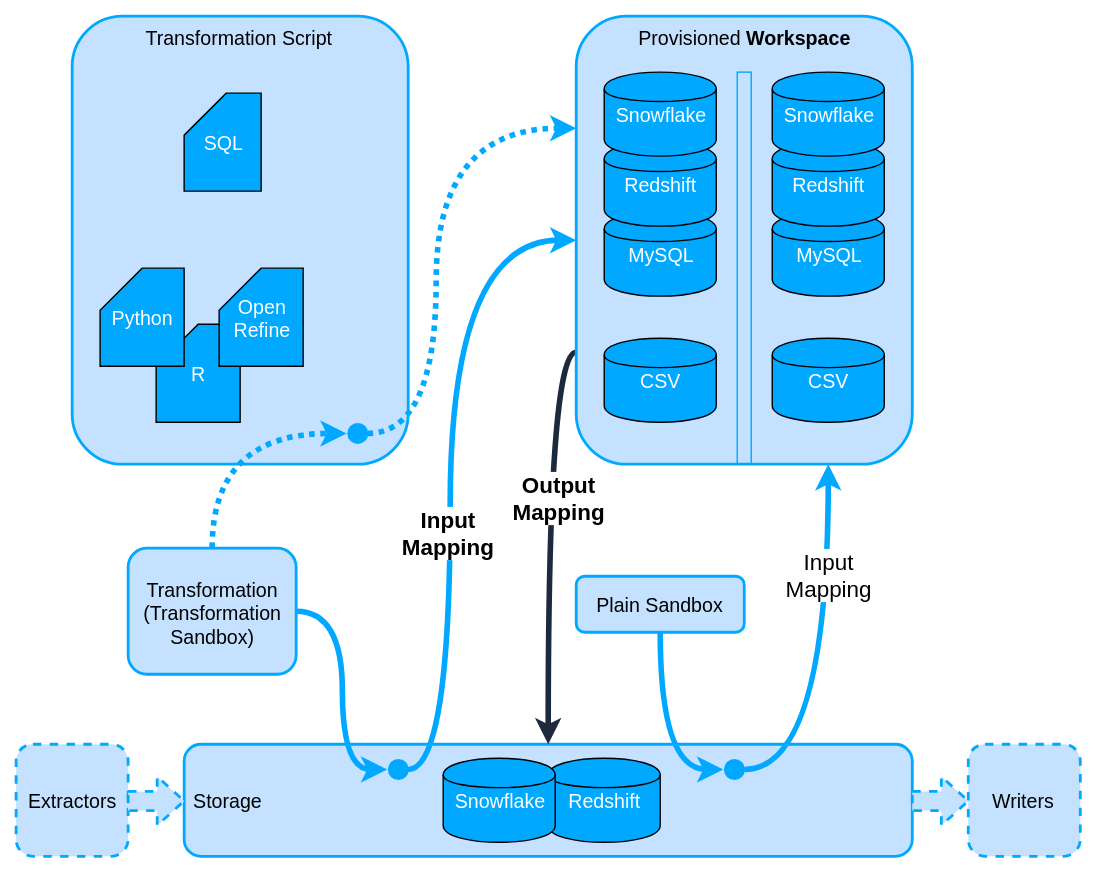
Earlier version of the draw.io export manipulation/transformations/transformations-schema.svg (keboola/connection-docs). Source tidied: cells renumbered, new cells last; positions are measured from the earlier drawing's top-left corner, leaving out a move shared by most shapes.
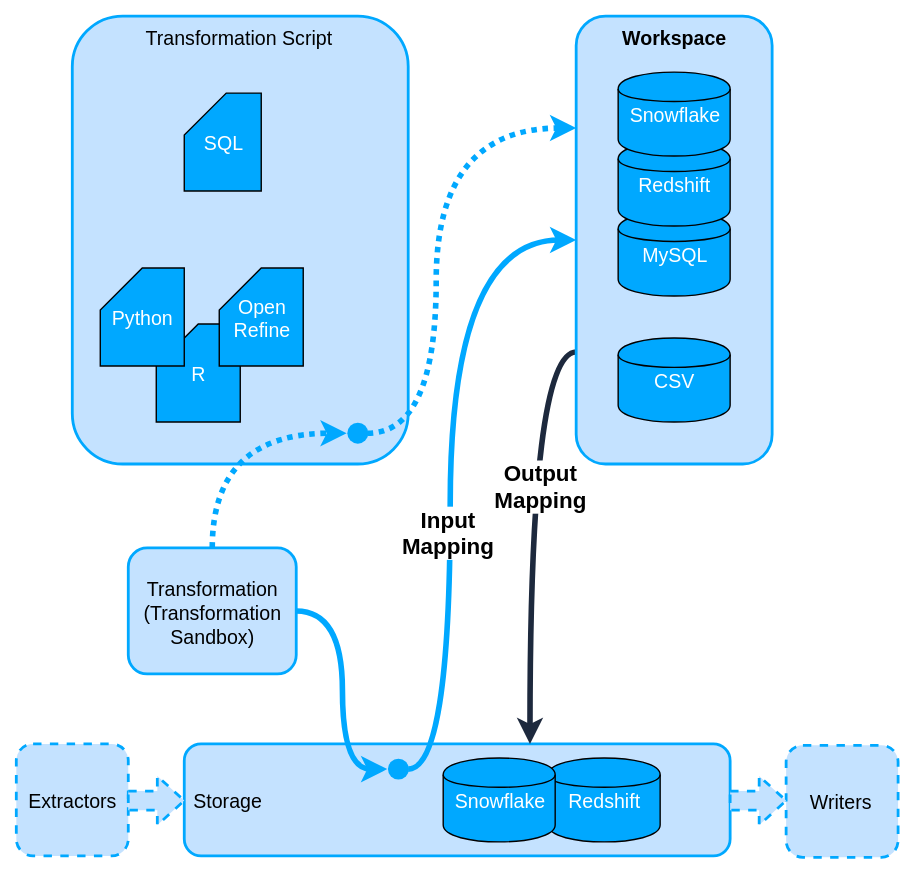
Later version of the same file.

Change to the diagram source:
```diff
@@ -3,44 +3,44 @@
     <mxCell id="0" />
     <mxCell id="1" parent="0" />
     <mxCell id="2" value="&amp;nbsp;Storage" style="whiteSpace=wrap;html=1;fillColor=#C4E2FF;fontSize=14;fontColor=#000000;rounded=1;strokeWidth=2;strokeColor=#00A8FF;align=left;labelPosition=center;verticalLabelPosition=middle;verticalAlign=middle;" parent="1" vertex="1">
-      <mxGeometry x="120" y="520" width="520" height="80" as="geometry" />
+      <mxGeometry x="120" y="520" width="390" height="80" as="geometry" />
     </mxCell>
     <mxCell id="3" value="Redshift" style="shape=cylinder;whiteSpace=wrap;html=1;fillColor=#00A8FF;fontSize=14;fontColor=#FFFFFF;" parent="1" vertex="1">
       <mxGeometry x="380" y="530" width="80" height="60" as="geometry" />
     </mxCell>
-    <mxCell id="4" style="edgeStyle=orthogonalEdgeStyle;curved=1;html=1;jettySize=auto;strokeWidth=4;fontSize=14;fontColor=#FFFFFF;exitX=0;exitY=0.75;strokeColor=#1D293D;entryX=0.5;entryY=0;" parent="1" edge="1" source="6" target="2">
+    <mxCell id="4" style="edgeStyle=orthogonalEdgeStyle;curved=1;html=1;jettySize=auto;strokeWidth=4;fontSize=14;fontColor=#FFFFFF;exitX=0;exitY=0.75;strokeColor=#1D293D;entryX=0.633;entryY=0;entryPerimeter=0;" parent="1" edge="1" source="6" target="2">
       <mxGeometry relative="1" as="geometry">
         <Array as="points">
-          <mxPoint x="380" y="240" />
+          <mxPoint x="367" y="240" />
         </Array>
       </mxGeometry>
     </mxCell>
     <mxCell id="5" value="Output&lt;div&gt;Mapping&lt;/div&gt;" style="text;html=1;align=center;verticalAlign=middle;labelBackgroundColor=#ffffff;fontSize=16;fontColor=#000000;fontStyle=1;" parent="4" vertex="1">
       <mxGeometry x="-0.18" y="7" relative="1" as="geometry" />
     </mxCell>
-    <mxCell id="6" value="&lt;div style=&quot;text-align: center&quot;&gt;Provisioned &lt;b&gt;Workspace&lt;/b&gt;&lt;/div&gt;" style="whiteSpace=wrap;html=1;fillColor=#C4E2FF;fontSize=14;fontColor=#000000;align=center;verticalAlign=top;rounded=1;strokeWidth=2;strokeColor=#00A8FF;" parent="1" vertex="1">
-      <mxGeometry x="400" width="240" height="320" as="geometry" />
+    <mxCell id="6" value="&lt;div style=&quot;text-align: center&quot;&gt;&lt;b&gt;Workspace&lt;/b&gt;&lt;/div&gt;" style="whiteSpace=wrap;html=1;fillColor=#C4E2FF;fontSize=14;fontColor=#000000;align=center;verticalAlign=top;rounded=1;strokeWidth=2;strokeColor=#00A8FF;" parent="1" vertex="1">
+      <mxGeometry x="400" width="140" height="320" as="geometry" />
     </mxCell>
     <mxCell id="7" value="Transformation Script" style="whiteSpace=wrap;html=1;fillColor=#c4e2ff;fontSize=14;fontColor=#000000;labelPosition=center;verticalLabelPosition=middle;align=center;verticalAlign=top;rounded=1;strokeWidth=2;strokeColor=#00A8FF;" parent="1" vertex="1">
       <mxGeometry x="40" width="240" height="320" as="geometry" />
     </mxCell>
     <mxCell id="8" value="&lt;div&gt;CSV&lt;/div&gt;" style="shape=cylinder;whiteSpace=wrap;html=1;fillColor=#00A8FF;fontSize=14;fontColor=#FFFFFF;" parent="1" vertex="1">
-      <mxGeometry x="420" y="230" width="80" height="60" as="geometry" />
+      <mxGeometry x="430" y="230" width="80" height="60" as="geometry" />
     </mxCell>
     <mxCell id="9" value="MySQL" style="shape=cylinder;whiteSpace=wrap;html=1;fillColor=#00A8FF;fontSize=14;fontColor=#FFFFFF;verticalAlign=middle;labelPosition=center;verticalLabelPosition=middle;align=center;" parent="1" vertex="1">
-      <mxGeometry x="420" y="140" width="80" height="60" as="geometry" />
+      <mxGeometry x="430" y="140" width="80" height="60" as="geometry" />
     </mxCell>
     <mxCell id="10" value="Redshift" style="shape=cylinder;whiteSpace=wrap;html=1;fillColor=#00A8FF;fontSize=14;fontColor=#FFFFFF;" parent="1" vertex="1">
-      <mxGeometry x="420" y="90" width="80" height="60" as="geometry" />
+      <mxGeometry x="430" y="90" width="80" height="60" as="geometry" />
     </mxCell>
     <mxCell id="11" value="Snowflake" style="shape=cylinder;whiteSpace=wrap;html=1;fillColor=#00A8FF;fontSize=14;fontColor=#FFFFFF;" parent="1" vertex="1">
-      <mxGeometry x="420" y="40" width="80" height="60" as="geometry" />
+      <mxGeometry x="430" y="40" width="80" height="60" as="geometry" />
     </mxCell>
     <mxCell id="12" value="Extractors" style="whiteSpace=wrap;html=1;fillColor=#C4E2FF;fontSize=14;fontColor=#000000;strokeColor=#00A8FF;rounded=1;strokeWidth=2;dashed=1;" parent="1" vertex="1">
       <mxGeometry y="520" width="80" height="80" as="geometry" />
     </mxCell>
     <mxCell id="13" value="Writers" style="whiteSpace=wrap;html=1;fillColor=#C4E2FF;fontSize=14;fontColor=#000000;strokeColor=#00A8FF;rounded=1;strokeWidth=2;dashed=1;" parent="1" vertex="1">
-      <mxGeometry x="680" y="520" width="80" height="80" as="geometry" />
+      <mxGeometry x="550" y="521" width="80" height="80" as="geometry" />
     </mxCell>
     <mxCell id="14" style="edgeStyle=orthogonalEdgeStyle;curved=1;html=1;entryX=0;entryY=0.5;jettySize=auto;strokeWidth=4;fontSize=14;fontColor=#FFFFFF;strokeColor=#00A8FF;" parent="1" edge="1" source="16" target="31">
       <mxGeometry relative="1" as="geometry">
@@ -56,24 +56,6 @@
     <mxCell id="16" value="Transformation&lt;div&gt;(Transformation&lt;/div&gt;&lt;div&gt;Sandbox)&lt;/div&gt;" style="whiteSpace=wrap;html=1;fillColor=#C4E2FF;fontSize=14;fontColor=#000000;rounded=1;strokeWidth=2;strokeColor=#00A8FF;" parent="1" vertex="1">
       <mxGeometry x="80" y="380" width="120" height="90" as="geometry" />
     </mxCell>
-    <mxCell id="17" style="edgeStyle=orthogonalEdgeStyle;curved=1;html=1;jettySize=auto;strokeWidth=4;fontSize=14;fontColor=#FFFFFF;entryX=0;entryY=0.5;strokeColor=#00A8FF;" parent="1" edge="1" source="18" target="36">
-      <mxGeometry relative="1" as="geometry" />
-    </mxCell>
-    <mxCell id="18" value="Plain Sandbox" style="whiteSpace=wrap;html=1;fillColor=#C4E2FF;fontSize=14;fontColor=#000000;rounded=1;strokeColor=#00A8FF;strokeWidth=2;" parent="1" vertex="1">
-      <mxGeometry x="400" y="400" width="120" height="40" as="geometry" />
-    </mxCell>
-    <mxCell id="19" value="&lt;div&gt;CSV&lt;/div&gt;" style="shape=cylinder;whiteSpace=wrap;html=1;fillColor=#00A8FF;fontSize=14;fontColor=#FFFFFF;" parent="1" vertex="1">
-      <mxGeometry x="540" y="230" width="80" height="60" as="geometry" />
-    </mxCell>
-    <mxCell id="20" value="MySQL" style="shape=cylinder;whiteSpace=wrap;html=1;fillColor=#00A8FF;fontSize=14;fontColor=#FFFFFF;verticalAlign=middle;labelPosition=center;verticalLabelPosition=middle;align=center;" parent="1" vertex="1">
-      <mxGeometry x="540" y="140" width="80" height="60" as="geometry" />
-    </mxCell>
-    <mxCell id="21" value="Redshift" style="shape=cylinder;whiteSpace=wrap;html=1;fillColor=#00A8FF;fontSize=14;fontColor=#FFFFFF;" parent="1" vertex="1">
-      <mxGeometry x="540" y="90" width="80" height="60" as="geometry" />
-    </mxCell>
-    <mxCell id="22" value="Snowflake" style="shape=cylinder;whiteSpace=wrap;html=1;fillColor=#00A8FF;fontSize=14;fontColor=#FFFFFF;" parent="1" vertex="1">
-      <mxGeometry x="540" y="40" width="80" height="60" as="geometry" />
-    </mxCell>
     <mxCell id="23" value="SQL" style="shape=card;whiteSpace=wrap;html=1;fillColor=#00A8FF;fontSize=14;fontColor=#FFFFFF;" parent="1" vertex="1">
       <mxGeometry x="120" y="55" width="55" height="70" as="geometry" />
     </mxCell>
@@ -89,8 +71,11 @@
     <mxCell id="27" value="Open&lt;div&gt;Refine&lt;/div&gt;" style="shape=card;whiteSpace=wrap;html=1;fillColor=#00A8FF;fontSize=14;fontColor=#FFFFFF;" parent="1" vertex="1">
       <mxGeometry x="145" y="180" width="60" height="70" as="geometry" />
     </mxCell>
-    <mxCell id="28" style="edgeStyle=orthogonalEdgeStyle;curved=1;rounded=0;html=1;exitX=0.5;exitY=0;entryX=0.5;entryY=0;jettySize=auto;orthogonalLoop=1;fontSize=14;fontColor=#FFFFFF;" parent="1" edge="1" source="18" target="18">
-      <mxGeometry relative="1" as="geometry" />
+    <mxCell id="28" style="edgeStyle=orthogonalEdgeStyle;curved=1;rounded=0;html=1;exitX=0.5;exitY=0;entryX=0.5;entryY=0;jettySize=auto;orthogonalLoop=1;fontSize=14;fontColor=#FFFFFF;" parent="1" edge="1">
+      <mxGeometry relative="1" as="geometry">
+        <mxPoint x="460" y="400" as="sourcePoint" />
+        <mxPoint x="460" y="400" as="targetPoint" />
+      </mxGeometry>
     </mxCell>
     <mxCell id="29" style="edgeStyle=orthogonalEdgeStyle;curved=1;html=1;entryX=0;entryY=0.5;jettySize=auto;strokeWidth=4;fontSize=14;fontColor=#FFFFFF;strokeColor=#00A8FF;" parent="1" edge="1" source="31" target="6">
       <mxGeometry relative="1" as="geometry">
@@ -117,20 +102,8 @@
     <mxCell id="33" style="ellipse;whiteSpace=wrap;html=1;fillColor=#00A8FF;fontSize=14;fontColor=#FFFFFF;align=center;rotation=0;strokeColor=none;" parent="1" vertex="1">
       <mxGeometry x="236" y="290" width="15" height="15" as="geometry" />
     </mxCell>
-    <mxCell id="34" style="edgeStyle=orthogonalEdgeStyle;curved=1;html=1;jettySize=auto;strokeWidth=4;fontSize=14;fontColor=#FFFFFF;entryX=0.75;entryY=1;exitX=1;exitY=0.5;strokeColor=#00A8FF;" parent="1" edge="1" source="36" target="6">
-      <mxGeometry relative="1" as="geometry" />
-    </mxCell>
-    <mxCell id="35" value="Input&lt;div&gt;Mapping&lt;/div&gt;" style="text;html=1;align=center;verticalAlign=middle;labelBackgroundColor=#ffffff;fontSize=16;fontColor=#000000;" parent="34" vertex="1">
-      <mxGeometry x="0.44" relative="1" as="geometry" />
-    </mxCell>
-    <mxCell id="36" style="ellipse;whiteSpace=wrap;html=1;fillColor=#00A8FF;fontSize=14;fontColor=#FFFFFF;align=center;rotation=0;strokeColor=none;" parent="1" vertex="1">
-      <mxGeometry x="505" y="530" width="15" height="15" as="geometry" />
-    </mxCell>
-    <mxCell id="37" style="whiteSpace=wrap;html=1;strokeColor=#00A8FF;fillColor=none;fontSize=14;fontColor=#FFFFFF;align=center;" parent="1" vertex="1">
-      <mxGeometry x="515" y="40" width="10" height="280" as="geometry" />
-    </mxCell>
     <mxCell id="38" style="html=1;shadow=0;dashed=1;align=center;verticalAlign=middle;shape=mxgraph.arrows2.arrow;dy=0.61;dx=19.25;notch=0;rounded=1;strokeColor=#00A8FF;strokeWidth=2;fillColor=#C4E2FF;fontSize=14;fontColor=#000000;" parent="1" vertex="1">
-      <mxGeometry x="640" y="543" width="40" height="35" as="geometry" />
+      <mxGeometry x="510" y="543" width="40" height="35" as="geometry" />
     </mxCell>
     <mxCell id="39" style="html=1;shadow=0;dashed=1;align=center;verticalAlign=middle;shape=mxgraph.arrows2.arrow;dy=0.61;dx=19.25;notch=0;rounded=1;strokeColor=#00A8FF;strokeWidth=2;fillColor=#C4E2FF;fontSize=14;fontColor=#000000;" parent="1" vertex="1">
       <mxGeometry x="80" y="543" width="40" height="35" as="geometry" />
```
